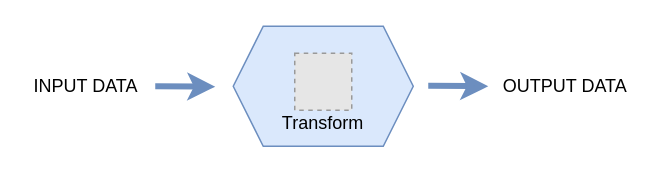
The draw.io diagram page "DOD" (12 of 13) of diagrams/1.drawio in alicemunsal/dohex, before the edit. Source tidied: cells renumbered, new cells numbered last; positions are measured from the earlier drawing's top-left corner, leaving out a move shared by most shapes. Both pictures are drawn from the tidied source at 150%, with x=0, y=0 at pixel (26, 26). Pictures stored in the file or linked from it are replaced by grey dashed boxes.
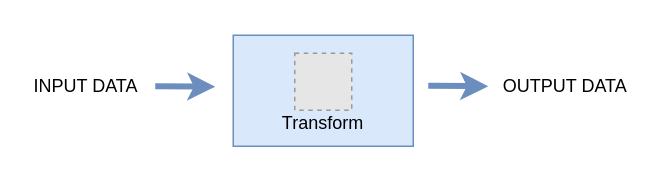
Above is the later version.

What changed in the source:
```diff
@@
 <mxGraphModel>
   <root>
     <mxCell id="0" />
     <mxCell id="1" parent="0" />
-    <mxCell id="2" style="shape=hexagon;perimeter=hexagonPerimeter2;whiteSpace=wrap;html=1;fixedSize=1;rotation=0;fillColor=#dae8fc;strokeColor=#6c8ebf;fontStyle=1;" parent="1" vertex="1">
-      <mxGeometry x="138" width="120" height="80" as="geometry" />
-    </mxCell>
+    <mxCell id="9" style="rounded=0;whiteSpace=wrap;html=1;glass=0;labelBorderColor=none;sketch=0;fontSize=11;strokeColor=#6c8ebf;strokeWidth=1;fillColor=#dae8fc;" parent="1" vertex="1">
+      <mxGeometry x="138" y="6" width="120" height="74" as="geometry" />
+    </mxCell>
     <mxCell id="3" style="fillColor=#E6E6E6;strokeColor=#999999;dashed=1;html=1;verticalAlign=top;verticalLabelPosition=bottom;labelBackgroundColor=#ffffff;fontColor=#FFB570;" parent="1" vertex="1">
       <mxGeometry x="179" y="18" width="38" height="38" as="geometry" />
     </mxCell>
     <mxCell id="4" style="endArrow=none;startArrow=classic;html=1;rounded=0;fillColor=#dae8fc;strokeColor=#6c8ebf;startFill=1;endFill=0;strokeWidth=4;" parent="1" edge="1">
       <mxGeometry relative="1" as="geometry">
         <mxPoint x="308" y="40" as="sourcePoint" />
         <mxPoint x="268" y="39.7" as="targetPoint" />
       </mxGeometry>
     </mxCell>
     <mxCell id="5" value="Transform" style="text;html=1;strokeColor=none;fillColor=none;align=center;verticalAlign=middle;whiteSpace=wrap;rounded=0;labelBackgroundColor=none;fontSize=12;fontColor=none;" parent="1" vertex="1">
       <mxGeometry x="168" y="50" width="60" height="30" as="geometry" />
     </mxCell>
     <mxCell id="6" style="endArrow=none;startArrow=classic;html=1;rounded=0;fillColor=#dae8fc;strokeColor=#6c8ebf;startFill=1;endFill=0;strokeWidth=4;" parent="1" edge="1">
       <mxGeometry relative="1" as="geometry">
         <mxPoint x="126" y="40.3" as="sourcePoint" />
         <mxPoint x="86" y="40" as="targetPoint" />
       </mxGeometry>
     </mxCell>
     <mxCell id="7" value="INPUT DATA" style="text;html=1;strokeColor=none;fillColor=none;align=center;verticalAlign=middle;whiteSpace=wrap;rounded=0;labelBackgroundColor=none;fontSize=12;fontColor=default;" parent="1" vertex="1">
       <mxGeometry y="25" width="80" height="30" as="geometry" />
     </mxCell>
     <mxCell id="8" value="OUTPUT DATA" style="text;html=1;strokeColor=none;fillColor=none;align=center;verticalAlign=middle;whiteSpace=wrap;rounded=0;labelBackgroundColor=none;fontSize=12;fontColor=default;" parent="1" vertex="1">
       <mxGeometry x="312" y="25" width="95" height="30" as="geometry" />
     </mxCell>
   </root>
 </mxGraphModel>
```
